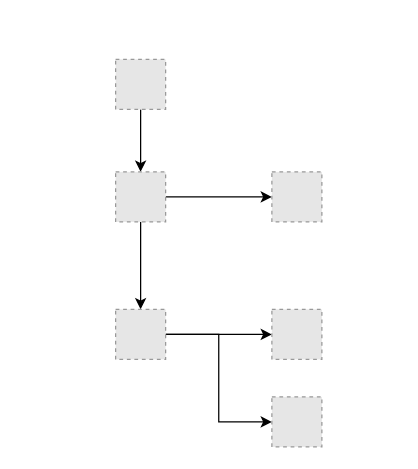
Earlier version of the draw.io diagram Untitled Diagram.drawio (balakreshnan/FactoryLineAssistants). Source tidied: cells renumbered, new cells numbered last; positions are measured from the earlier drawing's top-left corner, leaving out a move shared by most shapes. Both pictures are drawn from the tidied source at 125%, with x=0, y=0 at pixel (115, 59). Pictures stored in the file or linked from it are replaced by grey dashed boxes.
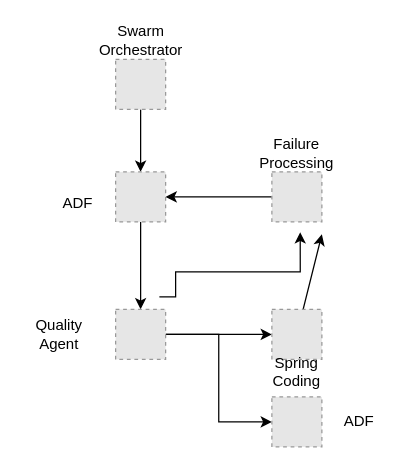
After the change.

Unchanged cells that the change refers to:
```xml
<mxCell id="6" style="fillColor=#E6E6E6;strokeColor=#999999;dashed=1;html=1;verticalAlign=top;verticalLabelPosition=bottom;labelBackgroundColor=#ffffff;" parent="1" vertex="1">
  <mxGeometry y="90" width="40" height="40" as="geometry" />
</mxCell>
<mxCell id="10" style="fillColor=#E6E6E6;strokeColor=#999999;dashed=1;html=1;verticalAlign=top;verticalLabelPosition=bottom;labelBackgroundColor=#ffffff;" parent="1" vertex="1">
  <mxGeometry x="125" y="90" width="40" height="40" as="geometry" />
</mxCell>
<mxCell id="11" style="fillColor=#E6E6E6;strokeColor=#999999;dashed=1;html=1;verticalAlign=top;verticalLabelPosition=bottom;labelBackgroundColor=#ffffff;" parent="1" vertex="1">
  <mxGeometry x="125" y="200" width="40" height="40" as="geometry" />
</mxCell>
```

Diff of the diagram source:
```diff
@@
-    <mxCell id="5" style="edgeStyle=orthogonalEdgeStyle;rounded=0;jettySize=auto;html=1;entryX=0;entryY=0.5;entryDx=0;entryDy=0;" parent="1" edge="1" source="6" target="10">
-      <mxGeometry relative="1" as="geometry" />
+    <mxCell id="5" style="edgeStyle=orthogonalEdgeStyle;rounded=0;jettySize=auto;html=1;entryX=0.567;entryY=1.208;entryDx=0;entryDy=0;entryPerimeter=0;" parent="1" edge="1" target="10">
+      <mxGeometry relative="1" as="geometry">
+        <mxPoint x="35" y="190" as="sourcePoint" />
+        <Array as="points">
+          <mxPoint x="48" y="170" />
+          <mxPoint x="148" y="170" />
+        </Array>
+      </mxGeometry>
     </mxCell>
@@
+    <mxCell id="13" style="edgeStyle=orthogonalEdgeStyle;rounded=0;jettySize=auto;html=1;" parent="1" edge="1" source="10" target="6">
+      <mxGeometry relative="1" as="geometry" />
+    </mxCell>
@@
+    <mxCell id="14" style="edgeStyle=none;rounded=0;jettySize=auto;html=1;" parent="1" edge="1" source="11">
+      <mxGeometry relative="1" as="geometry">
+        <mxPoint x="165" y="140" as="targetPoint" />
+      </mxGeometry>
+    </mxCell>
@@
+    <mxCell id="15" value="Swarm Orchestrator" style="text;html=1;align=center;verticalAlign=middle;whiteSpace=wrap;rounded=0;" parent="1" vertex="1">
+      <mxGeometry x="-27.5" y="-30" width="95" height="30" as="geometry" />
+    </mxCell>
+    <mxCell id="16" value="ADF" style="text;html=1;align=center;verticalAlign=middle;whiteSpace=wrap;rounded=0;" parent="1" vertex="1">
+      <mxGeometry x="-60" y="100" width="60" height="30" as="geometry" />
+    </mxCell>
+    <mxCell id="17" value="Quality Agent" style="text;html=1;align=center;verticalAlign=middle;whiteSpace=wrap;rounded=0;" parent="1" vertex="1">
+      <mxGeometry x="-75" y="205" width="60" height="30" as="geometry" />
+    </mxCell>
+    <mxCell id="18" value="Spring Coding" style="text;html=1;align=center;verticalAlign=middle;whiteSpace=wrap;rounded=0;" parent="1" vertex="1">
+      <mxGeometry x="115" y="235" width="60" height="30" as="geometry" />
+    </mxCell>
+    <mxCell id="19" value="ADF" style="text;html=1;align=center;verticalAlign=middle;whiteSpace=wrap;rounded=0;" parent="1" vertex="1">
+      <mxGeometry x="165" y="275" width="60" height="30" as="geometry" />
+    </mxCell>
+    <mxCell id="20" value="Failure Processing" style="text;html=1;align=center;verticalAlign=middle;whiteSpace=wrap;rounded=0;" parent="1" vertex="1">
+      <mxGeometry x="115" y="60" width="60" height="30" as="geometry" />
+    </mxCell>
```
